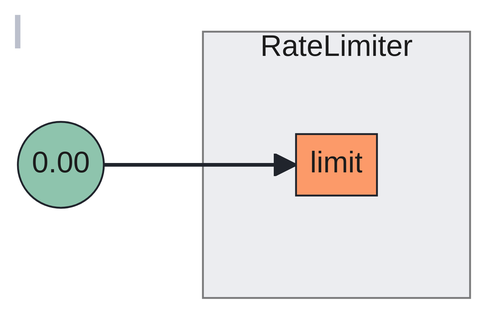
fluxninja/aperture keeps this Mermaid diagram as docs/content/tutorials/flow-control/classification/assets/graphql-rate-limiting/graphql-rate-limiting-jwt.mmd.png. Above is the earlier version. Its source is kept beside it as docs/content/tutorials/flow-control/classification/assets/graphql-rate-limiting/graphql-rate-limiting-jwt.mmd. The source it was exported from:
```mermaid
flowchart LR
subgraph 0[RateLimiter]
subgraph 0_inports[ ]
style 0_inports fill:none,stroke:none
0limit[limit]
end
end
FakeConstant0((0.00))
FakeConstant0 --> 0limit
```
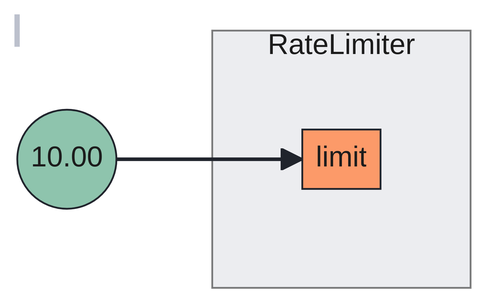
The same diagram one commit later.

What changed in the source:
```diff
@@ -5,5 +5,5 @@
 0limit[limit]
 end
 end
-FakeConstant0((0.00))
+FakeConstant0((10.00))
 FakeConstant0 --> 0limit
```
